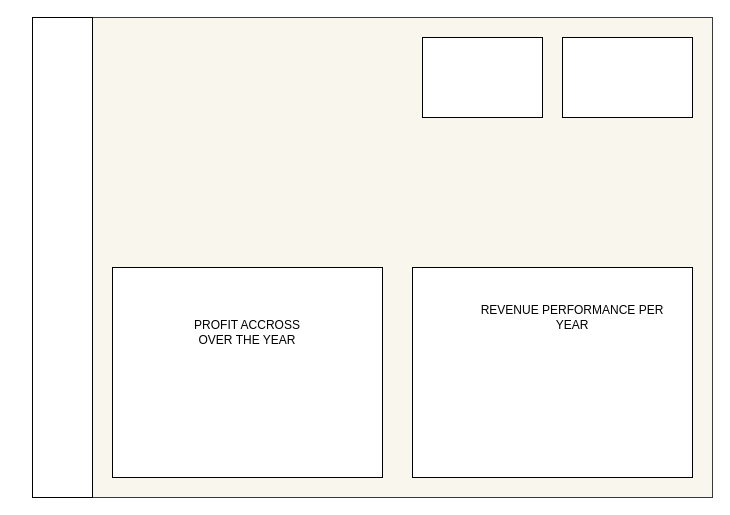
Above: page "Yearly performance" (1 of 5) of Untitled Diagram.drawio in Bumzeal/SALES-PERFORMANCE-ANALYSIS (draw.io), before the change. Source tidied: cells renumbered, new cells numbered last; positions are measured from the earlier drawing's top-left corner, leaving out a move shared by most shapes. Both pictures are drawn from the tidied source at 100%, with x=0, y=0 at pixel (32, 17).
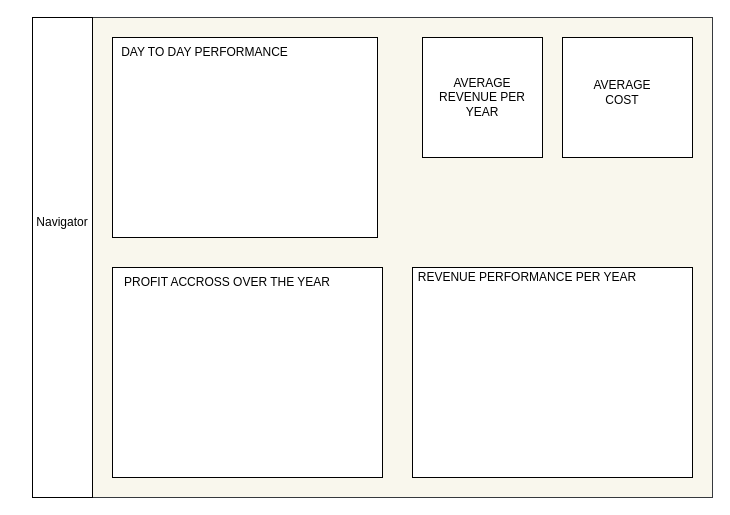
Above is the later version.

Change to the diagram source:
```diff
@@
 <mxGraphModel>
   <root>
     <mxCell id="0" />
     <mxCell id="1" parent="0" />
     <mxCell id="2" style="rounded=0;whiteSpace=wrap;html=1;fillColor=#f9f7ed;strokeColor=#36393d;" parent="1" vertex="1">
       <mxGeometry width="680" height="480" as="geometry" />
     </mxCell>
-    <mxCell id="3" style="rounded=0;whiteSpace=wrap;html=1;" parent="1" vertex="1">
-      <mxGeometry x="390" y="20" width="120" height="80" as="geometry" />
+    <mxCell id="3" value="AVERAGE REVENUE PER YEAR" style="rounded=0;whiteSpace=wrap;html=1;" parent="1" vertex="1">
+      <mxGeometry x="390" y="20" width="120" height="120" as="geometry" />
     </mxCell>
     <mxCell id="4" style="rounded=0;whiteSpace=wrap;html=1;" parent="1" vertex="1">
-      <mxGeometry x="530" y="20" width="130" height="80" as="geometry" />
+      <mxGeometry x="530" y="20" width="130" height="120" as="geometry" />
     </mxCell>
     <mxCell id="5" style="rounded=0;whiteSpace=wrap;html=1;" parent="1" vertex="1">
       <mxGeometry x="380" y="250" width="280" height="210" as="geometry" />
     </mxCell>
     <mxCell id="6" style="rounded=0;whiteSpace=wrap;html=1;" parent="1" vertex="1">
       <mxGeometry width="60" height="480" as="geometry" />
     </mxCell>
     <mxCell id="7" style="rounded=0;whiteSpace=wrap;html=1;" parent="1" vertex="1">
       <mxGeometry x="80" y="250" width="270" height="210" as="geometry" />
     </mxCell>
     <mxCell id="8" value="REVENUE PERFORMANCE PER YEAR" style="text;html=1;strokeColor=none;fillColor=none;align=center;verticalAlign=middle;whiteSpace=wrap;rounded=0;" parent="1" vertex="1">
-      <mxGeometry x="430" y="290" width="220" height="20" as="geometry" />
+      <mxGeometry x="380" y="250" width="230" height="20" as="geometry" />
     </mxCell>
     <mxCell id="9" value="PROFIT ACCROSS OVER THE YEAR" style="text;html=1;strokeColor=none;fillColor=none;align=center;verticalAlign=middle;whiteSpace=wrap;rounded=0;" parent="1" vertex="1">
-      <mxGeometry x="145" y="300" width="140" height="30" as="geometry" />
+      <mxGeometry x="80" y="250" width="230" height="30" as="geometry" />
     </mxCell>
+    <mxCell id="10" value="Navigator" style="text;html=1;strokeColor=none;fillColor=none;align=center;verticalAlign=middle;whiteSpace=wrap;rounded=0;" parent="1" vertex="1">
+      <mxGeometry x="-15" y="190" width="90" height="30" as="geometry" />
+    </mxCell>
+    <mxCell id="11" style="rounded=0;whiteSpace=wrap;html=1;" parent="1" vertex="1">
+      <mxGeometry x="80" y="20" width="265" height="200" as="geometry" />
+    </mxCell>
+    <mxCell id="12" value="DAY TO DAY PERFORMANCE" style="text;html=1;strokeColor=none;fillColor=none;align=center;verticalAlign=middle;whiteSpace=wrap;rounded=0;" parent="1" vertex="1">
+      <mxGeometry x="75" y="20" width="195" height="30" as="geometry" />
+    </mxCell>
+    <mxCell id="13" value="AVERAGE COST" style="text;html=1;strokeColor=none;fillColor=none;align=center;verticalAlign=middle;whiteSpace=wrap;rounded=0;" parent="1" vertex="1">
+      <mxGeometry x="560" y="60" width="60" height="30" as="geometry" />
+    </mxCell>
   </root>
 </mxGraphModel>
```
